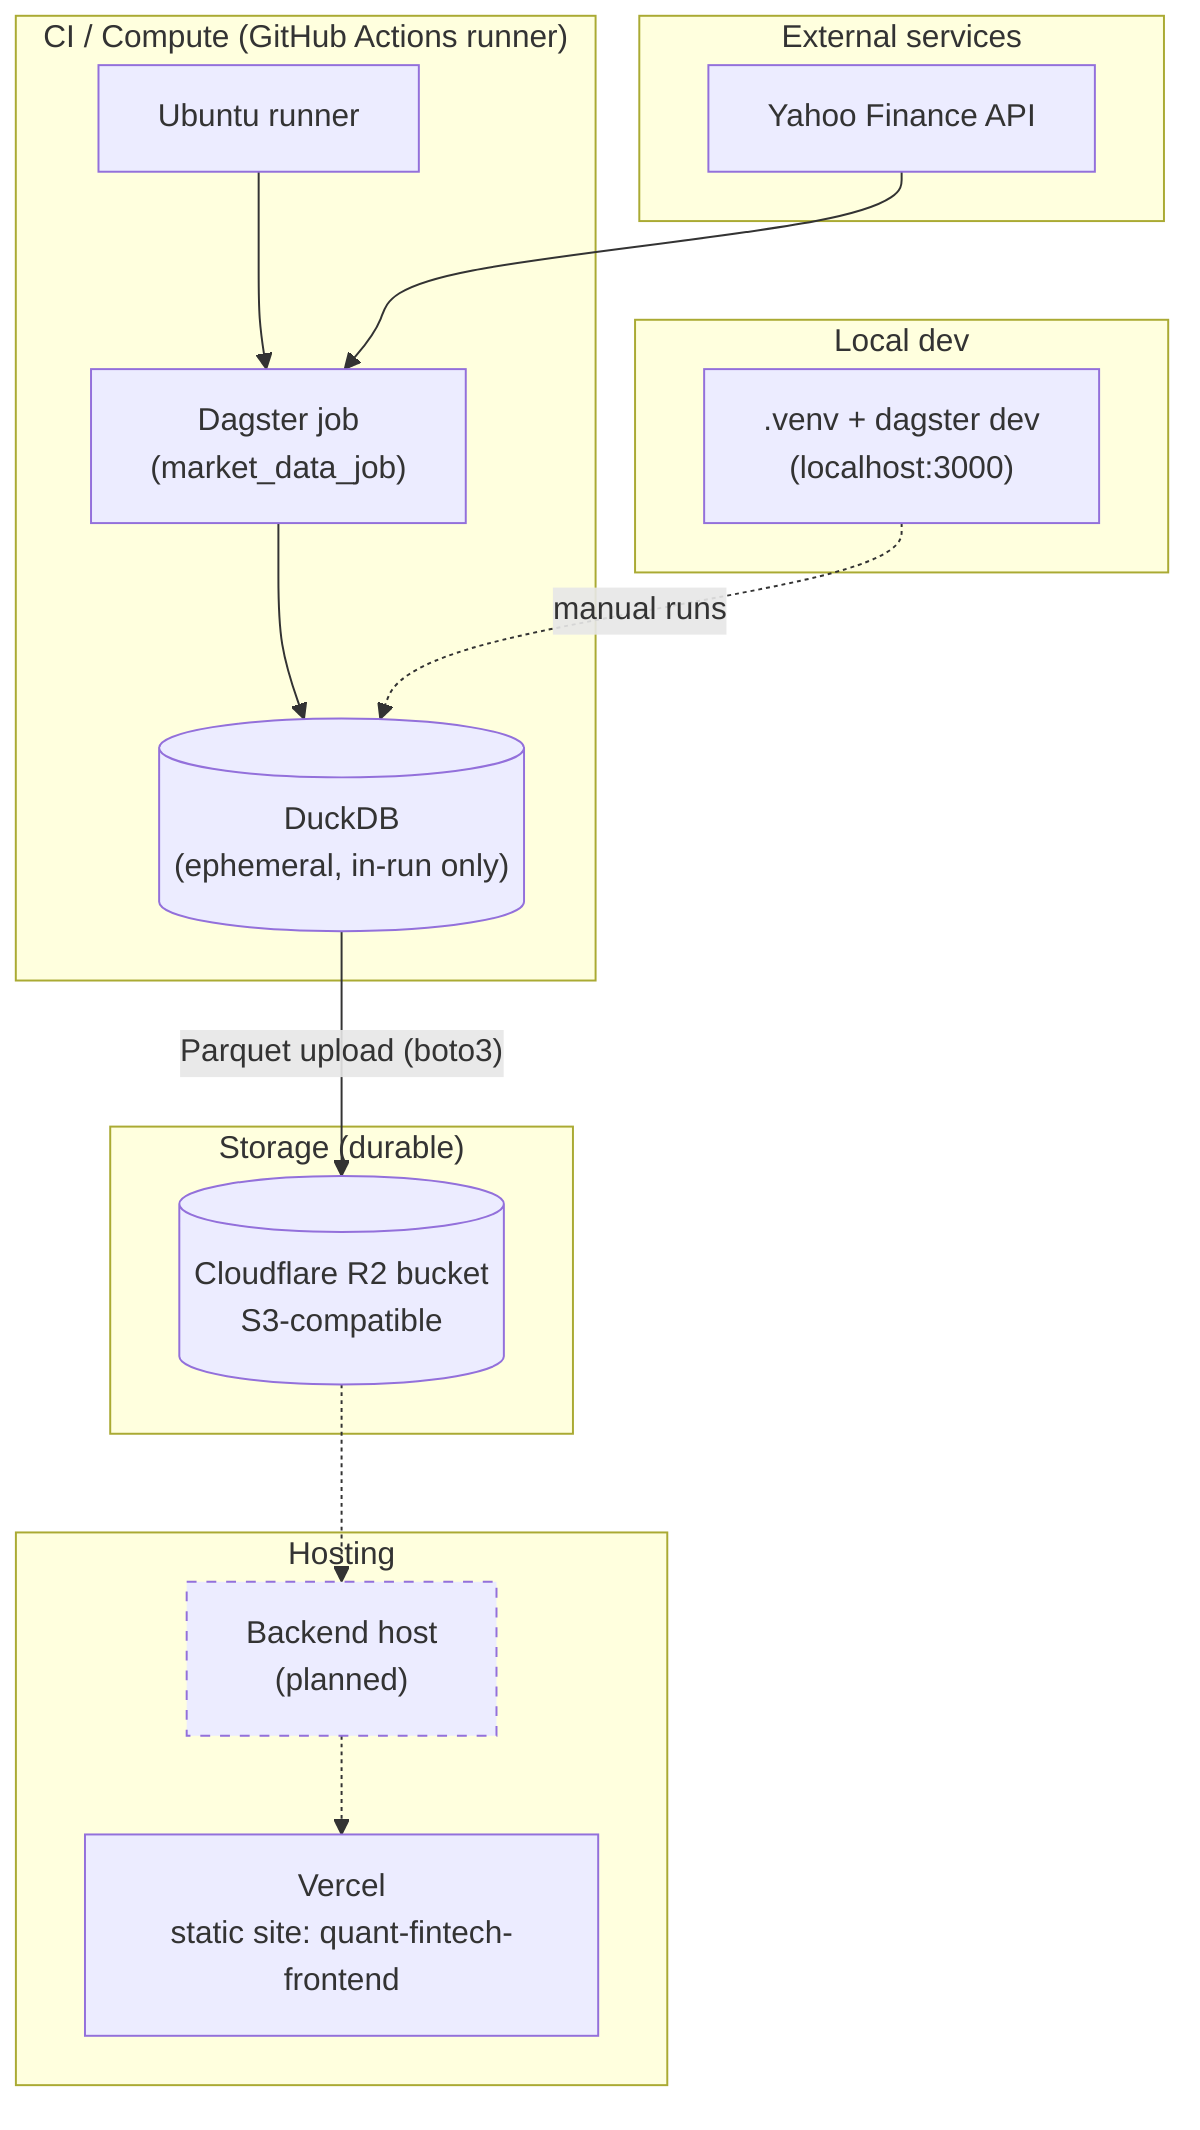
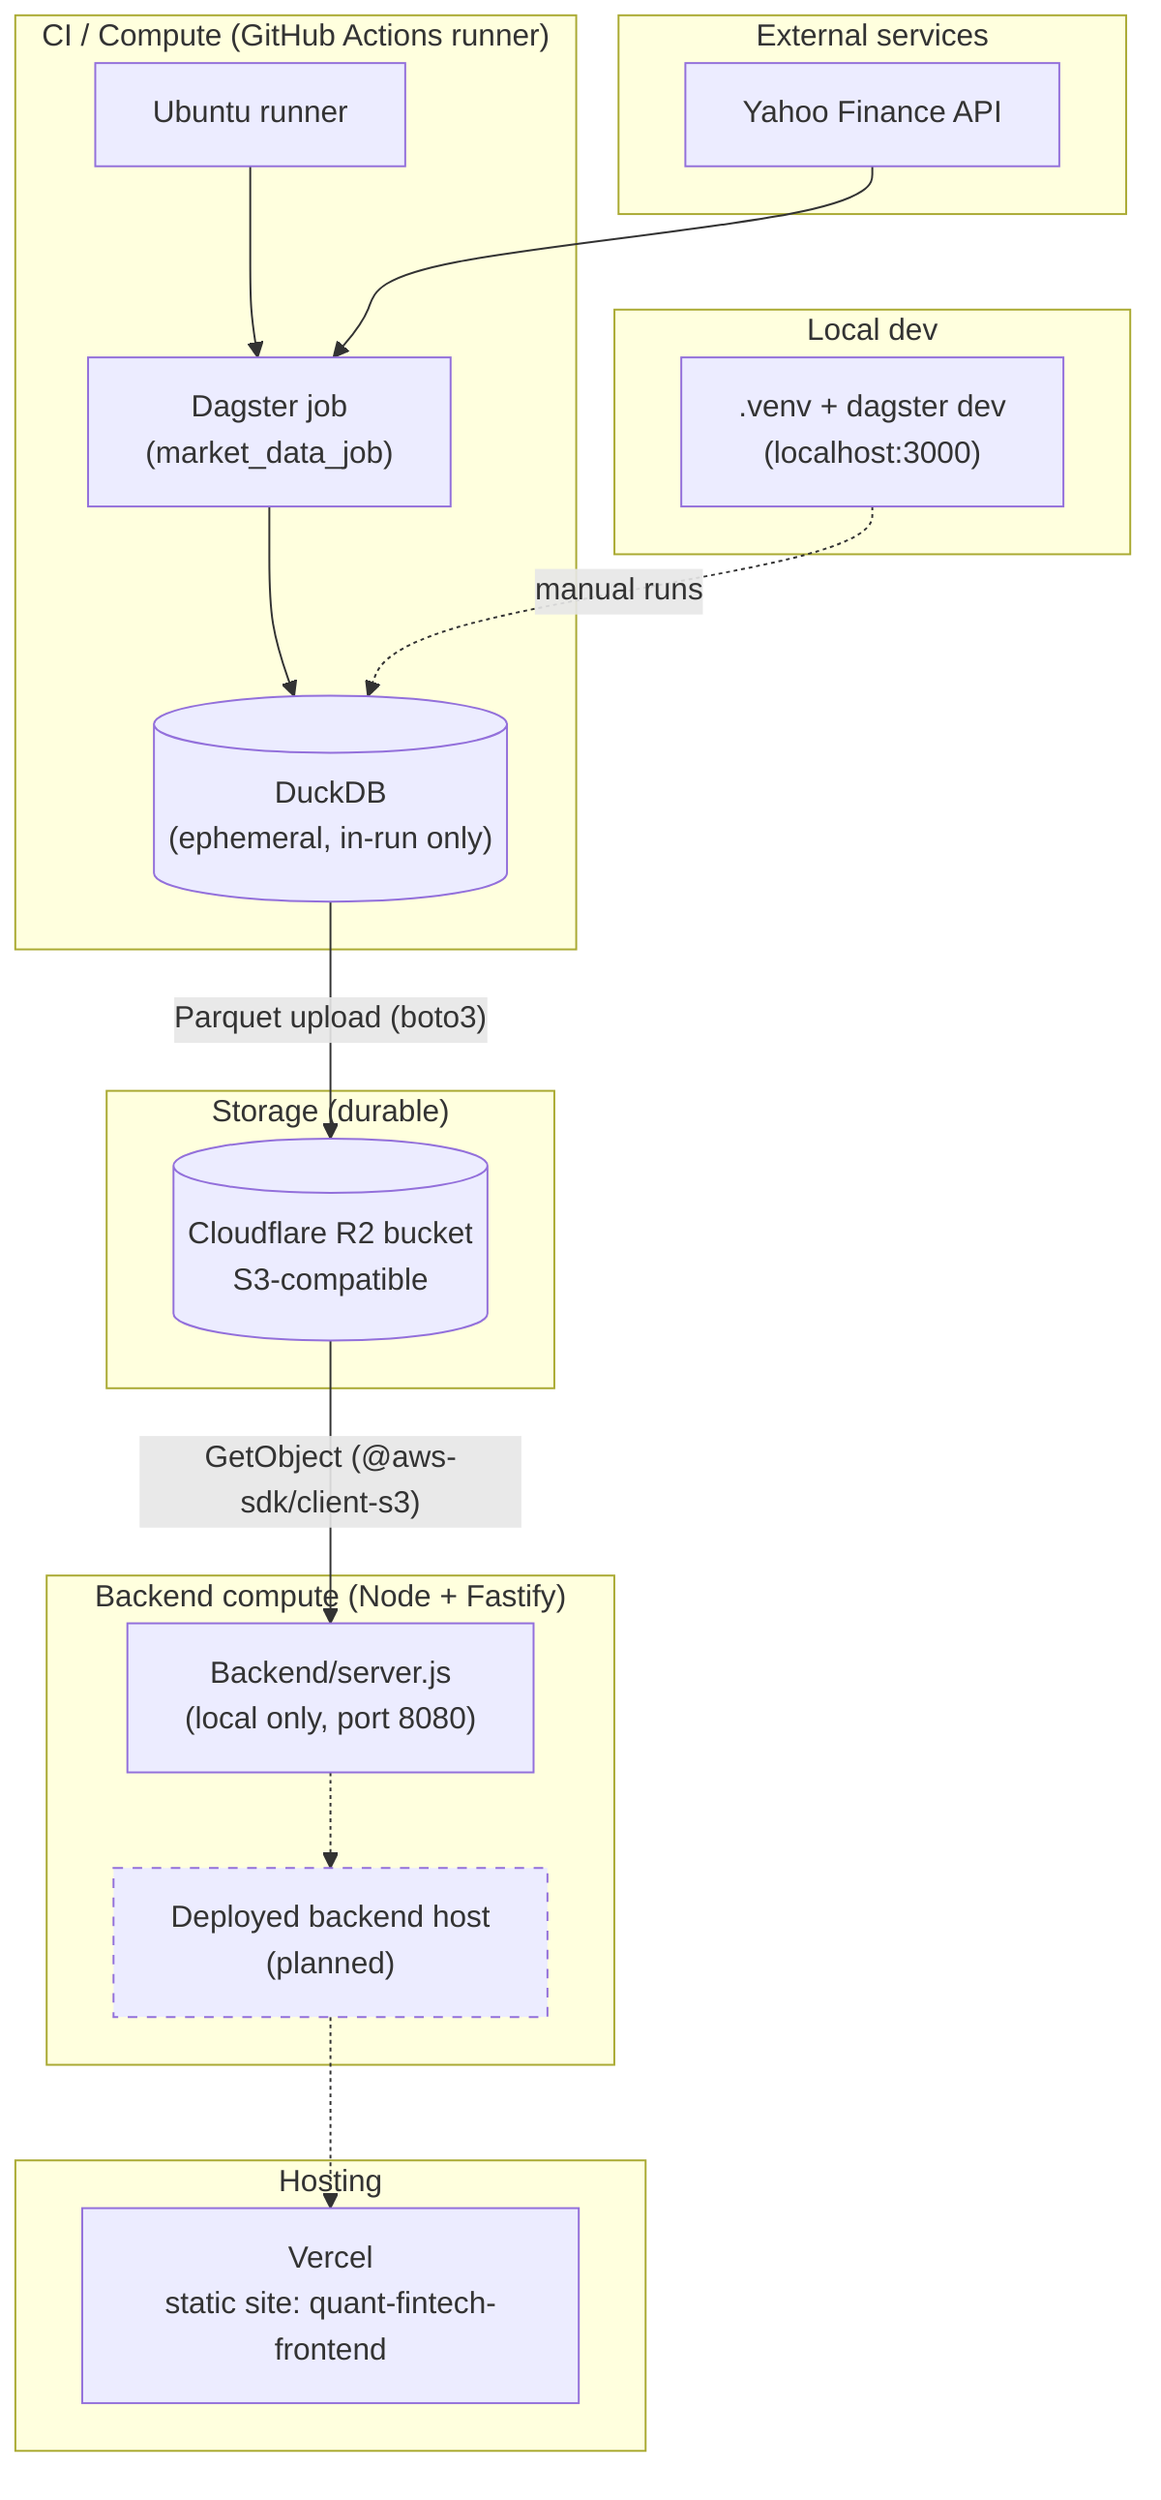
%% Infrastructure — hosting, compute, storage, networking
%% Solid = live today. Dashed = planned, not yet built.
flowchart TB
    subgraph external["External services"]
        yahoo["Yahoo Finance API"]
    end

    subgraph ci["CI / Compute (GitHub Actions runner)"]
        runner["Ubuntu runner"]
        dagster["Dagster job\n(market_data_job)"]
        duckdb[("DuckDB\n(ephemeral, in-run only)")]
        runner --> dagster --> duckdb
    end

    subgraph storage["Storage (durable)"]
        r2[("Cloudflare R2 bucket\nS3-compatible")]
    end

+     subgraph backend_compute["Backend compute (Node + Fastify)"]
+         api["Backend/server.js\n(local only, port 8080)"]
+         backend_host["Deployed backend host\n(planned)"]
+     end
+ 
    subgraph hosting["Hosting"]
        vercel["Vercel\nstatic site: quant-fintech-frontend"]
-         backend_host["Backend host\n(planned)"]
    end

    subgraph local["Local dev"]
        venv[".venv + dagster dev\n(localhost:3000)"]
    end

    yahoo --> dagster
    duckdb -- "Parquet upload (boto3)" --> r2
-     r2 -.-> backend_host
+     r2 -- "GetObject (@aws-sdk/client-s3)" --> api
+     api -.-> backend_host
    backend_host -.-> vercel
    venv -. "manual runs" .-> duckdb

    style backend_host stroke-dasharray: 5 5
